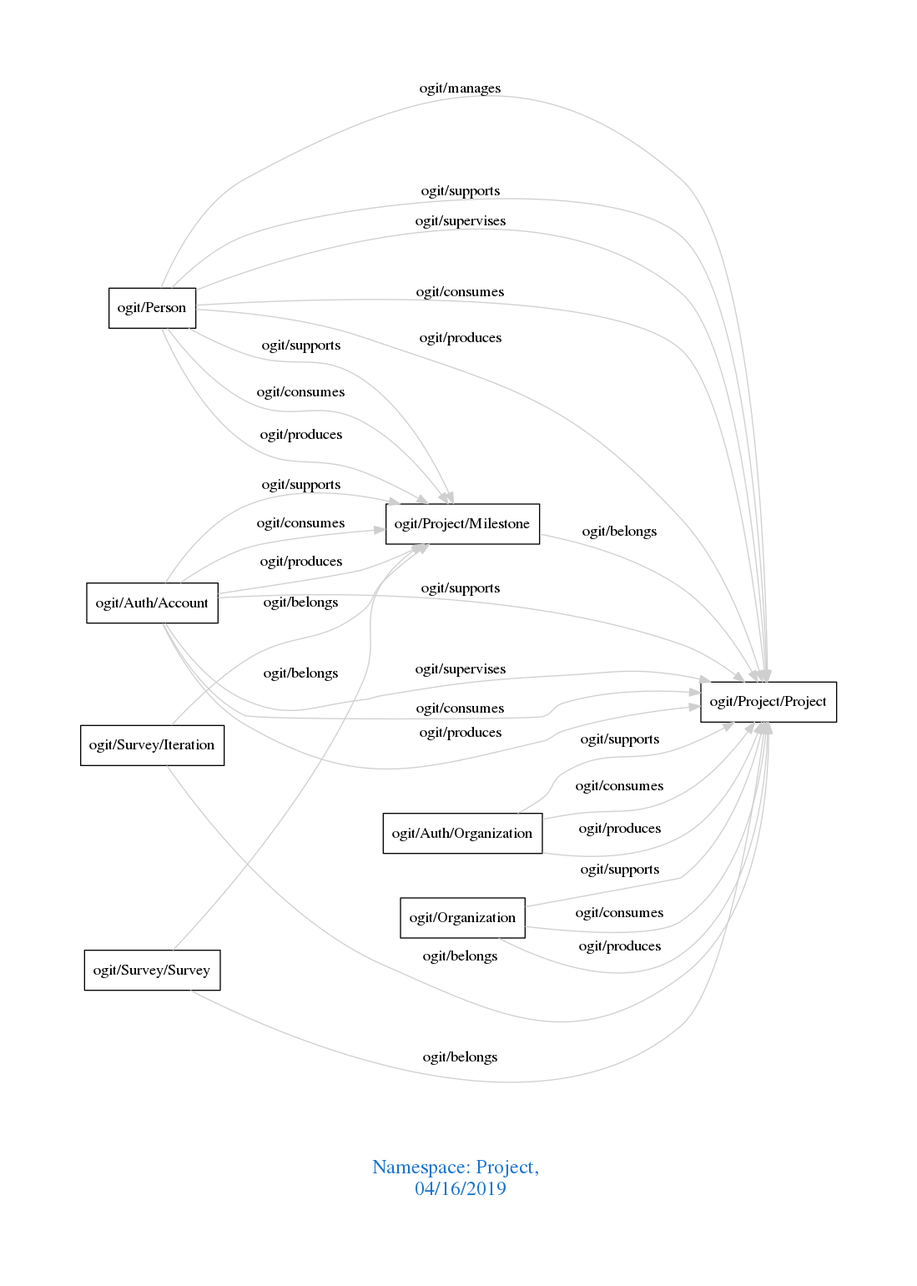
Earlier version of the Graphviz export downloads/Project.png (arago/OGIT). Its source is kept beside it as downloads/Project.dot.
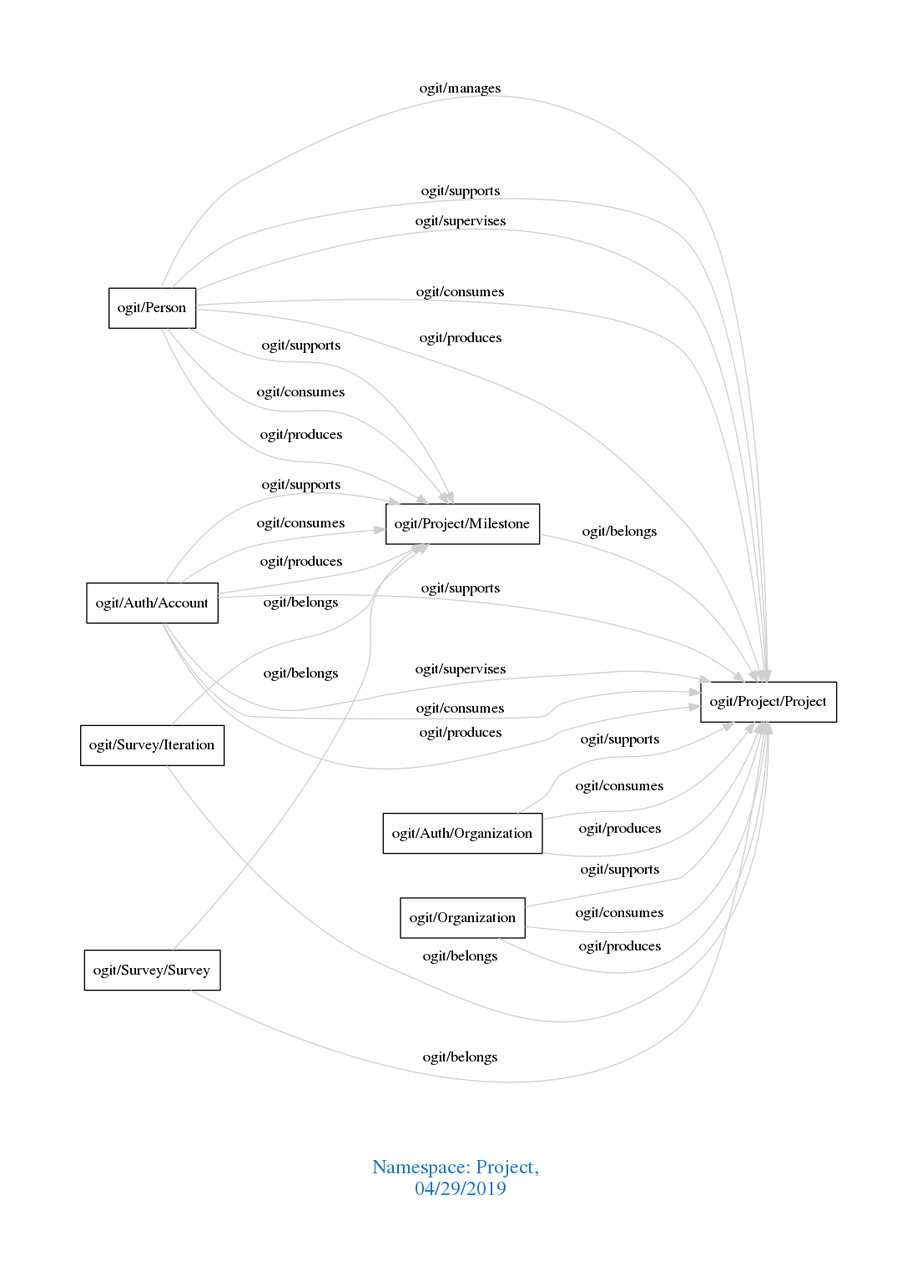
The same diagram one commit later.

What changed in the source:
```diff
@@ -1,7 +1,7 @@
 digraph OGIT_ontology {
  graph [ rankdir= LR,pad=1
 fontsize = 18,
-fontcolor= dodgerblue3,label = "\n\n\nNamespace: Project, \n 04/16/2019"];
+fontcolor= dodgerblue3,label = "\n\n\nNamespace: Project, \n 04/29/2019"];
 node[shape=polygon];
 edge [  color="gray81"];
 
```
